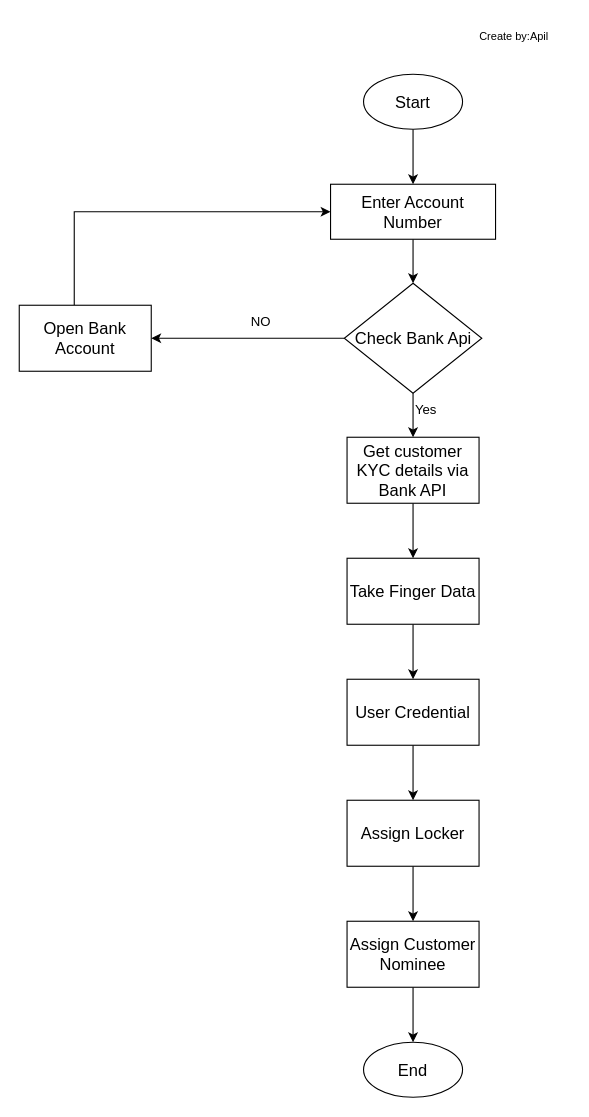
This is FLowChart/Register_flowchart.drawio from ApilLamsal/My-Work-For-Draw.io, a draw.io file, before an edit. Source tidied: cells renumbered, new cells numbered last; positions are measured from the earlier drawing's top-left corner, leaving out a move shared by most shapes. Both pictures are drawn from the tidied source at 110%, with x=0, y=0 at pixel (19, 19).
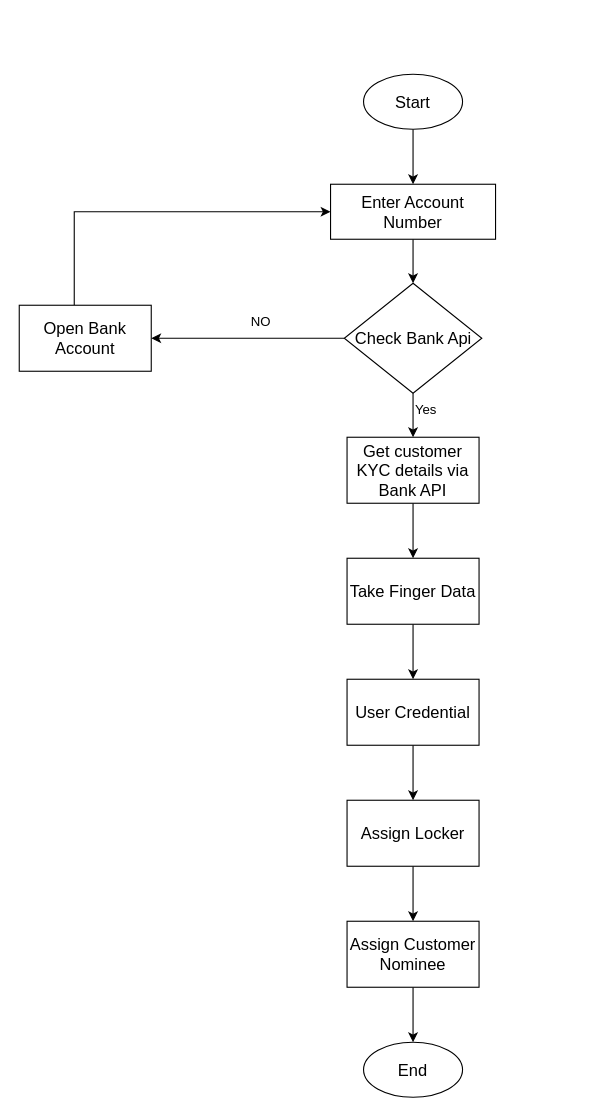
Above is the later version.

What changed in the source:
```diff
@@
-    <mxCell id="24" value="&lt;font style=&quot;font-size: 10px;&quot;&gt;Create by:Apil&lt;/font&gt;" style="text;html=1;strokeColor=none;fillColor=none;align=center;verticalAlign=middle;whiteSpace=wrap;rounded=0;fontSize=10;" parent="1" vertex="1">
-      <mxGeometry x="400" width="100" height="30" as="geometry" />
-    </mxCell>
```
